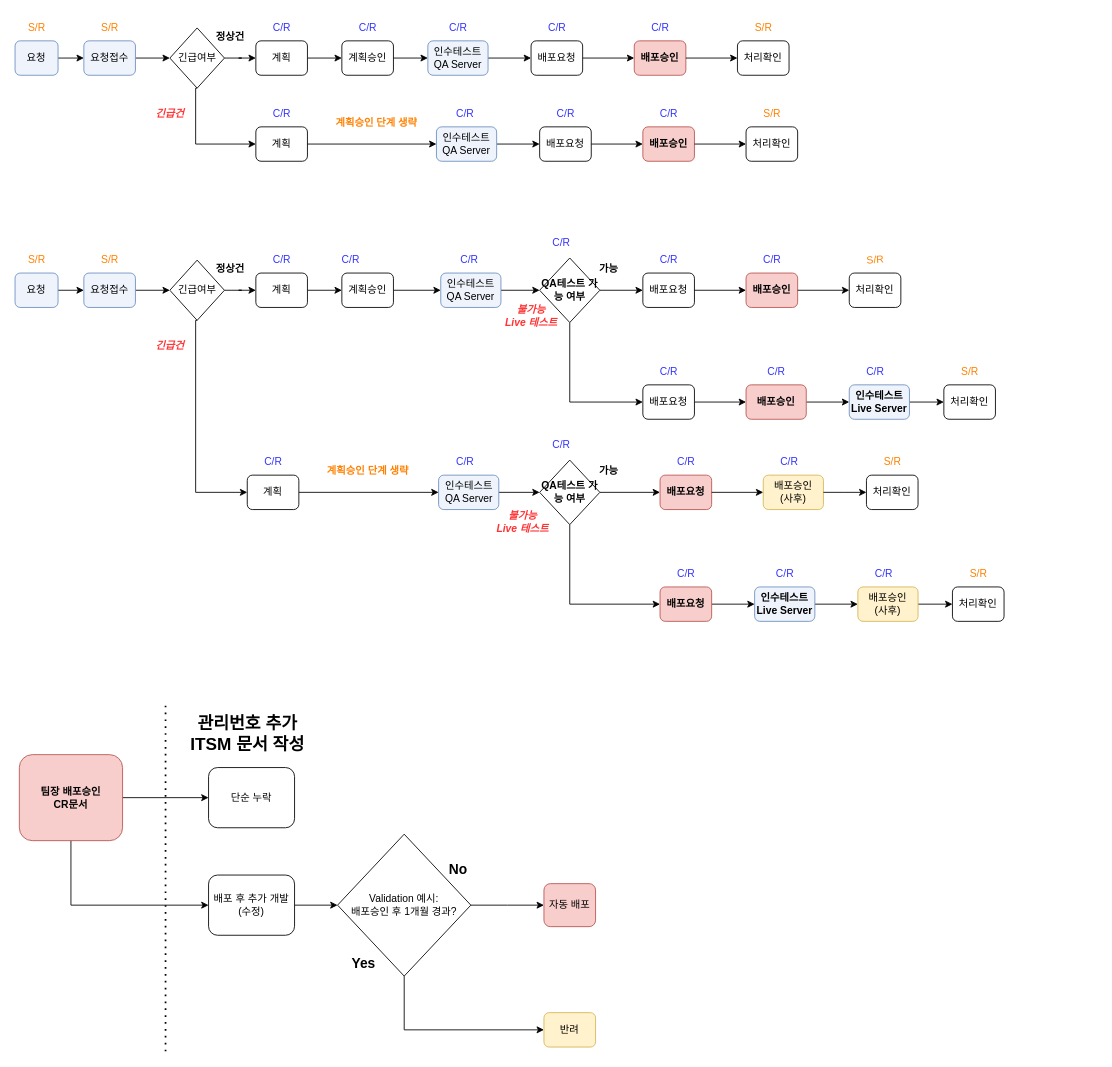
Above: 제목 없는 다이어그램.drawio in attabooi/attabooi (draw.io), before the change. Source tidied: cells renumbered, new cells numbered last; positions are measured from the earlier drawing's top-left corner, leaving out a move shared by most shapes. Both pictures are drawn from the tidied source at 86%, with x=0, y=0 at pixel (15, 15).
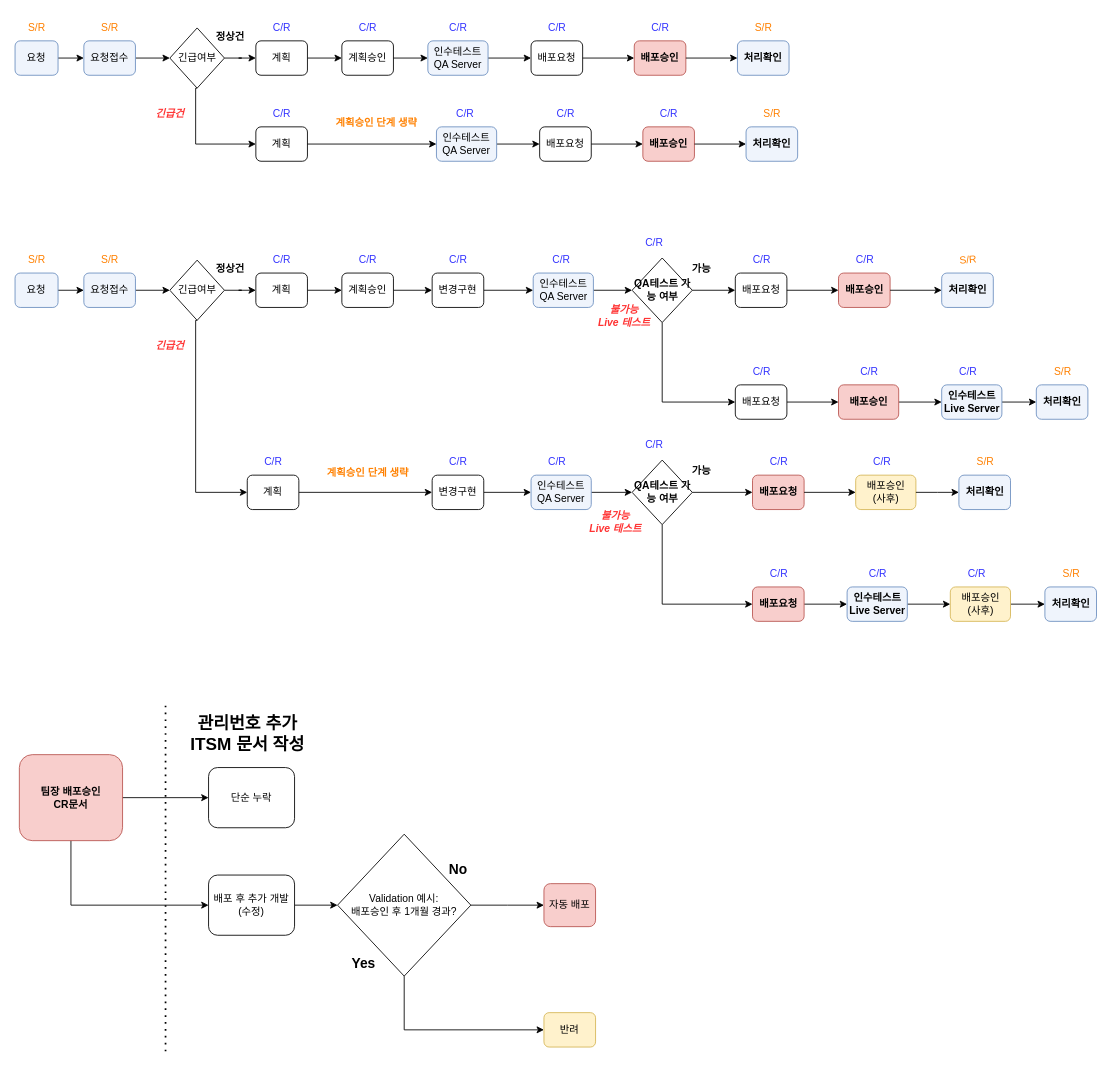
Above is the later version.

Commit message (it also covers changes not shown here):
제목 없는 다이어그램.drawio 업데이트

The change refers to these unchanged cells:
```xml
<mxCell id="11" value="계획승인" style="rounded=1;whiteSpace=wrap;html=1;fontSize=12;glass=0;strokeWidth=1;shadow=0;" parent="1" vertex="1">
  <mxGeometry x="380" y="300" width="60" height="40" as="geometry" />
</mxCell>
<mxCell id="29" value="계획" style="rounded=1;whiteSpace=wrap;html=1;fontSize=12;glass=0;strokeWidth=1;shadow=0;" parent="1" vertex="1">
  <mxGeometry x="270" y="535" width="60" height="40" as="geometry" />
</mxCell>
```

What changed in the source:
```diff
@@
     <mxCell id="2" value="배포승인&lt;br&gt;(사후)" style="rounded=1;whiteSpace=wrap;html=1;fontSize=12;glass=0;strokeWidth=1;shadow=0;fontStyle=0;fillColor=#fff2cc;strokeColor=#d6b656;" parent="1" vertex="1">
-      <mxGeometry x="870" y="535" width="70" height="40" as="geometry" />
+      <mxGeometry x="977.5" y="535" width="70" height="40" as="geometry" />
     </mxCell>
@@
-    <mxCell id="10" style="edgeStyle=orthogonalEdgeStyle;rounded=0;jettySize=auto;html=1;exitX=1;exitY=0.5;exitDx=0;exitDy=0;entryX=0;entryY=0.5;entryDx=0;entryDy=0;" parent="1" edge="1" source="11" target="126">
-      <mxGeometry relative="1" as="geometry" />
-    </mxCell>
+    <mxCell id="137" style="edgeStyle=orthogonalEdgeStyle;rounded=0;jettySize=auto;html=1;exitX=1;exitY=0.5;exitDx=0;exitDy=0;entryX=0;entryY=0.5;entryDx=0;entryDy=0;" parent="1" edge="1" source="11" target="140">
+      <mxGeometry relative="1" as="geometry" />
+    </mxCell>
@@
     <mxCell id="12" value="배포요청" style="rounded=1;whiteSpace=wrap;html=1;fontSize=12;glass=0;strokeWidth=1;shadow=0;" parent="1" vertex="1">
-      <mxGeometry x="730" y="300" width="60" height="40" as="geometry" />
+      <mxGeometry x="837.5" y="300" width="60" height="40" as="geometry" />
     </mxCell>
     <mxCell id="13" style="edgeStyle=orthogonalEdgeStyle;rounded=0;orthogonalLoop=1;jettySize=auto;html=1;exitX=1;exitY=0.5;exitDx=0;exitDy=0;" parent="1" edge="1">
       <mxGeometry relative="1" as="geometry">
-        <mxPoint x="790" y="320" as="sourcePoint" />
-        <mxPoint x="850" y="320" as="targetPoint" />
+        <mxPoint x="897.5" y="320" as="sourcePoint" />
+        <mxPoint x="957.5" y="320" as="targetPoint" />
       </mxGeometry>
     </mxCell>
     <mxCell id="14" value="배포승인" style="rounded=1;whiteSpace=wrap;html=1;fontSize=12;glass=0;strokeWidth=1;shadow=0;fontStyle=1;fillColor=#f8cecc;strokeColor=#b85450;" parent="1" vertex="1">
-      <mxGeometry x="850" y="300" width="60" height="40" as="geometry" />
+      <mxGeometry x="957.5" y="300" width="60" height="40" as="geometry" />
     </mxCell>
     <mxCell id="15" style="edgeStyle=orthogonalEdgeStyle;rounded=0;orthogonalLoop=1;jettySize=auto;html=1;exitX=1;exitY=0.5;exitDx=0;exitDy=0;" parent="1" edge="1">
       <mxGeometry relative="1" as="geometry">
-        <mxPoint x="910" y="320" as="sourcePoint" />
-        <mxPoint x="970" y="320" as="targetPoint" />
+        <mxPoint x="1017.5" y="320" as="sourcePoint" />
+        <mxPoint x="1077.5" y="320" as="targetPoint" />
       </mxGeometry>
     </mxCell>
-    <mxCell id="16" value="처리확인" style="rounded=1;whiteSpace=wrap;html=1;fontSize=12;glass=0;strokeWidth=1;shadow=0;" parent="1" vertex="1">
-      <mxGeometry x="970" y="300" width="60" height="40" as="geometry" />
+    <mxCell id="16" value="처리확인" style="rounded=1;whiteSpace=wrap;html=1;fontSize=12;glass=0;strokeWidth=1;shadow=0;fillColor=#EFF4FC;strokeColor=#6c8ebf;fontStyle=1;" parent="1" vertex="1">
+      <mxGeometry x="1077.5" y="300" width="60" height="40" as="geometry" />
     </mxCell>
@@
     <mxCell id="20" value="C/R" style="text;html=1;align=center;verticalAlign=middle;strokeColor=none;fillColor=none;fontColor=#3333FF;" parent="1" vertex="1">
-      <mxGeometry x="370" y="270" width="40" height="30" as="geometry" />
+      <mxGeometry x="390" y="270" width="40" height="30" as="geometry" />
     </mxCell>
     <mxCell id="21" value="C/R" style="text;html=1;align=center;verticalAlign=middle;strokeColor=none;fillColor=none;fontColor=#3333FF;" parent="1" vertex="1">
-      <mxGeometry x="615" y="250" width="40" height="30" as="geometry" />
+      <mxGeometry x="722.5" y="250" width="40" height="30" as="geometry" />
     </mxCell>
     <mxCell id="22" value="C/R" style="text;html=1;align=center;verticalAlign=middle;strokeColor=none;fillColor=none;fontColor=#3333FF;" parent="1" vertex="1">
-      <mxGeometry x="740" y="270" width="40" height="30" as="geometry" />
+      <mxGeometry x="847.5" y="270" width="40" height="30" as="geometry" />
     </mxCell>
     <mxCell id="23" value="C/R" style="text;html=1;align=center;verticalAlign=middle;strokeColor=none;fillColor=none;fontColor=#3333FF;" parent="1" vertex="1">
-      <mxGeometry x="860" y="270" width="40" height="30" as="geometry" />
+      <mxGeometry x="967.5" y="270" width="40" height="30" as="geometry" />
     </mxCell>
@@
-    <mxCell id="28" style="edgeStyle=orthogonalEdgeStyle;rounded=0;jettySize=auto;html=1;exitX=1;exitY=0.5;exitDx=0;exitDy=0;entryX=0;entryY=0.5;entryDx=0;entryDy=0;" parent="1" edge="1" source="29" target="129">
-      <mxGeometry relative="1" as="geometry" />
-    </mxCell>
+    <mxCell id="138" style="edgeStyle=orthogonalEdgeStyle;rounded=0;jettySize=auto;html=1;exitX=1;exitY=0.5;exitDx=0;exitDy=0;entryX=0;entryY=0.5;entryDx=0;entryDy=0;" parent="1" edge="1" source="29" target="143">
+      <mxGeometry relative="1" as="geometry" />
+    </mxCell>
@@
     <mxCell id="31" value="C/R" style="text;html=1;align=center;verticalAlign=middle;strokeColor=none;fillColor=none;fontColor=#3333FF;" parent="1" vertex="1">
-      <mxGeometry x="615" y="485" width="40" height="30" as="geometry" />
+      <mxGeometry x="722.5" y="485" width="40" height="30" as="geometry" />
     </mxCell>
     <mxCell id="32" style="edgeStyle=orthogonalEdgeStyle;rounded=0;jettySize=auto;html=1;exitX=0.5;exitY=1;exitDx=0;exitDy=0;entryX=0;entryY=0.5;entryDx=0;entryDy=0;" parent="1" edge="1" source="34" target="38">
       <mxGeometry relative="1" as="geometry">
         <Array as="points">
-          <mxPoint x="645" y="450" />
+          <mxPoint x="752.5" y="450" />
         </Array>
       </mxGeometry>
     </mxCell>
@@
     <mxCell id="34" value="&lt;b&gt;QA테스트 가능 여부&lt;/b&gt;" style="rhombus;whiteSpace=wrap;html=1;" parent="1" vertex="1">
-      <mxGeometry x="610" y="282.5" width="70" height="75" as="geometry" />
+      <mxGeometry x="717.5" y="282.5" width="70" height="75" as="geometry" />
     </mxCell>
     <mxCell id="35" value="가능" style="text;html=1;align=center;verticalAlign=middle;strokeColor=none;fillColor=none;fontStyle=1;" parent="1" vertex="1">
-      <mxGeometry x="665" y="280" width="50" height="30" as="geometry" />
+      <mxGeometry x="772.5" y="280" width="50" height="30" as="geometry" />
     </mxCell>
     <mxCell id="36" value="불가능&lt;br&gt;Live 테스트" style="text;html=1;align=center;verticalAlign=middle;strokeColor=none;fillColor=none;fontStyle=3;fontColor=#FF3333;" parent="1" vertex="1">
-      <mxGeometry x="555" y="330" width="90" height="40" as="geometry" />
+      <mxGeometry x="662.5" y="330" width="90" height="40" as="geometry" />
     </mxCell>
@@
     <mxCell id="38" value="배포요청" style="rounded=1;whiteSpace=wrap;html=1;fontSize=12;glass=0;strokeWidth=1;shadow=0;fontStyle=0;" parent="1" vertex="1">
-      <mxGeometry x="730" y="430" width="60" height="40" as="geometry" />
+      <mxGeometry x="837.5" y="430" width="60" height="40" as="geometry" />
     </mxCell>
     <mxCell id="39" value="C/R" style="text;html=1;align=center;verticalAlign=middle;strokeColor=none;fillColor=none;fontColor=#3333FF;" parent="1" vertex="1">
-      <mxGeometry x="740" y="400" width="40" height="30" as="geometry" />
+      <mxGeometry x="847.5" y="400" width="40" height="30" as="geometry" />
     </mxCell>
@@
     <mxCell id="41" value="배포승인" style="rounded=1;whiteSpace=wrap;html=1;fontSize=12;glass=0;strokeWidth=1;shadow=0;fillColor=#f8cecc;strokeColor=#b85450;fontStyle=1;" parent="1" vertex="1">
-      <mxGeometry x="850" y="430" width="70" height="40" as="geometry" />
+      <mxGeometry x="957.5" y="430" width="70" height="40" as="geometry" />
     </mxCell>
     <mxCell id="42" value="C/R" style="text;html=1;align=center;verticalAlign=middle;strokeColor=none;fillColor=none;fontColor=#3333FF;" parent="1" vertex="1">
-      <mxGeometry x="865" y="400" width="40" height="30" as="geometry" />
+      <mxGeometry x="972.5" y="400" width="40" height="30" as="geometry" />
     </mxCell>
@@
     <mxCell id="44" value="인수테스트&lt;br style=&quot;border-color: var(--border-color);&quot;&gt;&lt;span style=&quot;&quot;&gt;Live Server&lt;/span&gt;" style="rounded=1;whiteSpace=wrap;html=1;fontSize=12;glass=0;strokeWidth=1;shadow=0;fontStyle=1;fillColor=#EFF4FC;strokeColor=#6c8ebf;" parent="1" vertex="1">
-      <mxGeometry x="970" y="430" width="70" height="40" as="geometry" />
+      <mxGeometry x="1077.5" y="430" width="70" height="40" as="geometry" />
     </mxCell>
-    <mxCell id="45" value="처리확인" style="rounded=1;whiteSpace=wrap;html=1;fontSize=12;glass=0;strokeWidth=1;shadow=0;" parent="1" vertex="1">
-      <mxGeometry x="1080" y="430" width="60" height="40" as="geometry" />
+    <mxCell id="45" value="처리확인" style="rounded=1;whiteSpace=wrap;html=1;fontSize=12;glass=0;strokeWidth=1;shadow=0;fillColor=#EFF4FC;strokeColor=#6c8ebf;fontStyle=1;" parent="1" vertex="1">
+      <mxGeometry x="1187.5" y="430" width="60" height="40" as="geometry" />
     </mxCell>
     <mxCell id="46" value="C/R" style="text;html=1;align=center;verticalAlign=middle;strokeColor=none;fillColor=none;fontColor=#3333FF;" parent="1" vertex="1">
-      <mxGeometry x="980" y="400" width="40" height="30" as="geometry" />
+      <mxGeometry x="1087.5" y="400" width="40" height="30" as="geometry" />
     </mxCell>
@@
     <mxCell id="62" value="배포요청" style="rounded=1;whiteSpace=wrap;html=1;fontSize=12;glass=0;strokeWidth=1;shadow=0;fontStyle=1;fillColor=#f8cecc;strokeColor=#b85450;" parent="1" vertex="1">
-      <mxGeometry x="750" y="535" width="60" height="40" as="geometry" />
+      <mxGeometry x="857.5" y="535" width="60" height="40" as="geometry" />
     </mxCell>
     <mxCell id="63" style="edgeStyle=orthogonalEdgeStyle;rounded=0;orthogonalLoop=1;jettySize=auto;html=1;exitX=1;exitY=0.5;exitDx=0;exitDy=0;" parent="1" edge="1">
       <mxGeometry relative="1" as="geometry">
-        <mxPoint x="810" y="555" as="sourcePoint" />
-        <mxPoint x="870" y="555" as="targetPoint" />
+        <mxPoint x="917.5" y="555" as="sourcePoint" />
+        <mxPoint x="977.5" y="555" as="targetPoint" />
       </mxGeometry>
     </mxCell>
     <mxCell id="64" style="edgeStyle=orthogonalEdgeStyle;rounded=0;jettySize=auto;html=1;exitX=1;exitY=0.5;exitDx=0;exitDy=0;" parent="1" edge="1" source="2">
       <mxGeometry relative="1" as="geometry">
-        <mxPoint x="990" y="555" as="targetPoint" />
+        <mxPoint x="1097.5" y="555" as="targetPoint" />
       </mxGeometry>
     </mxCell>
-    <mxCell id="65" value="처리확인" style="rounded=1;whiteSpace=wrap;html=1;fontSize=12;glass=0;strokeWidth=1;shadow=0;" parent="1" vertex="1">
-      <mxGeometry x="990" y="535" width="60" height="40" as="geometry" />
+    <mxCell id="65" value="처리확인" style="rounded=1;whiteSpace=wrap;html=1;fontSize=12;glass=0;strokeWidth=1;shadow=0;fillColor=#EFF4FC;strokeColor=#6c8ebf;fontStyle=1;" parent="1" vertex="1">
+      <mxGeometry x="1097.5" y="535" width="60" height="40" as="geometry" />
     </mxCell>
     <mxCell id="66" value="C/R" style="text;html=1;align=center;verticalAlign=middle;strokeColor=none;fillColor=none;fontColor=#3333FF;" parent="1" vertex="1">
-      <mxGeometry x="760" y="505" width="40" height="30" as="geometry" />
+      <mxGeometry x="867.5" y="505" width="40" height="30" as="geometry" />
     </mxCell>
     <mxCell id="67" value="C/R" style="text;html=1;align=center;verticalAlign=middle;strokeColor=none;fillColor=none;fontColor=#3333FF;" parent="1" vertex="1">
-      <mxGeometry x="880" y="505" width="40" height="30" as="geometry" />
+      <mxGeometry x="987.5" y="505" width="40" height="30" as="geometry" />
     </mxCell>
     <mxCell id="68" style="edgeStyle=orthogonalEdgeStyle;rounded=0;jettySize=auto;html=1;exitX=0.5;exitY=1;exitDx=0;exitDy=0;entryX=0;entryY=0.5;entryDx=0;entryDy=0;" parent="1" edge="1" source="70" target="74">
       <mxGeometry relative="1" as="geometry">
         <Array as="points">
-          <mxPoint x="645" y="685" />
+          <mxPoint x="752.5" y="685" />
         </Array>
       </mxGeometry>
     </mxCell>
@@
     <mxCell id="70" value="&lt;b style=&quot;border-color: var(--border-color);&quot;&gt;QA테스트 가능 여부&lt;/b&gt;" style="rhombus;whiteSpace=wrap;html=1;" parent="1" vertex="1">
-      <mxGeometry x="610" y="517.5" width="70" height="75" as="geometry" />
+      <mxGeometry x="717.5" y="517.5" width="70" height="75" as="geometry" />
     </mxCell>
     <mxCell id="71" value="가능" style="text;html=1;align=center;verticalAlign=middle;strokeColor=none;fillColor=none;fontStyle=1;" parent="1" vertex="1">
-      <mxGeometry x="665" y="515" width="50" height="30" as="geometry" />
+      <mxGeometry x="772.5" y="515" width="50" height="30" as="geometry" />
     </mxCell>
     <mxCell id="72" value="불가능&lt;br style=&quot;border-color: var(--border-color);&quot;&gt;Live 테스트" style="text;html=1;align=center;verticalAlign=middle;strokeColor=none;fillColor=none;fontStyle=3;fontColor=#FF3333;" parent="1" vertex="1">
-      <mxGeometry x="545" y="570" width="90" height="40" as="geometry" />
+      <mxGeometry x="652.5" y="570" width="90" height="40" as="geometry" />
     </mxCell>
@@
     <mxCell id="74" value="배포요청" style="rounded=1;whiteSpace=wrap;html=1;fontSize=12;glass=0;strokeWidth=1;shadow=0;fillColor=#f8cecc;strokeColor=#b85450;fontStyle=1;" parent="1" vertex="1">
-      <mxGeometry x="750" y="665" width="60" height="40" as="geometry" />
+      <mxGeometry x="857.5" y="665" width="60" height="40" as="geometry" />
     </mxCell>
     <mxCell id="75" value="C/R" style="text;html=1;align=center;verticalAlign=middle;strokeColor=none;fillColor=none;fontColor=#3333FF;" parent="1" vertex="1">
-      <mxGeometry x="760" y="635" width="40" height="30" as="geometry" />
+      <mxGeometry x="867.5" y="635" width="40" height="30" as="geometry" />
     </mxCell>
@@
     <mxCell id="77" value="인수테스트&lt;br style=&quot;border-color: var(--border-color);&quot;&gt;&lt;span style=&quot;border-color: var(--border-color);&quot;&gt;Live Server&lt;/span&gt;" style="rounded=1;whiteSpace=wrap;html=1;fontSize=12;glass=0;strokeWidth=1;shadow=0;fillColor=#EFF4FC;strokeColor=#6c8ebf;fontStyle=1;" parent="1" vertex="1">
-      <mxGeometry x="860" y="665" width="70" height="40" as="geometry" />
+      <mxGeometry x="967.5" y="665" width="70" height="40" as="geometry" />
     </mxCell>
     <mxCell id="78" value="C/R" style="text;html=1;align=center;verticalAlign=middle;strokeColor=none;fillColor=none;fontColor=#3333FF;" parent="1" vertex="1">
-      <mxGeometry x="875" y="635" width="40" height="30" as="geometry" />
+      <mxGeometry x="982.5" y="635" width="40" height="30" as="geometry" />
     </mxCell>
@@
     <mxCell id="80" value="배포승인&lt;br&gt;(사후)" style="rounded=1;whiteSpace=wrap;html=1;fontSize=12;glass=0;strokeWidth=1;shadow=0;fontStyle=0;fillColor=#fff2cc;strokeColor=#d6b656;" parent="1" vertex="1">
-      <mxGeometry x="980" y="665" width="70" height="40" as="geometry" />
+      <mxGeometry x="1087.5" y="665" width="70" height="40" as="geometry" />
     </mxCell>
-    <mxCell id="81" value="처리확인" style="rounded=1;whiteSpace=wrap;html=1;fontSize=12;glass=0;strokeWidth=1;shadow=0;" parent="1" vertex="1">
-      <mxGeometry x="1090" y="665" width="60" height="40" as="geometry" />
+    <mxCell id="81" value="처리확인" style="rounded=1;whiteSpace=wrap;html=1;fontSize=12;glass=0;strokeWidth=1;shadow=0;fillColor=#EFF4FC;strokeColor=#6c8ebf;fontStyle=1;" parent="1" vertex="1">
+      <mxGeometry x="1197.5" y="665" width="60" height="40" as="geometry" />
     </mxCell>
     <mxCell id="82" value="C/R" style="text;html=1;align=center;verticalAlign=middle;strokeColor=none;fillColor=none;fontColor=#3333FF;" parent="1" vertex="1">
-      <mxGeometry x="990" y="635" width="40" height="30" as="geometry" />
+      <mxGeometry x="1097.5" y="635" width="40" height="30" as="geometry" />
     </mxCell>
     <mxCell id="83" value="계획승인 단계 생략" style="text;html=1;align=center;verticalAlign=middle;strokeColor=none;fillColor=none;fontStyle=1;fontColor=#FF8000;" parent="1" vertex="1">
-      <mxGeometry x="345" y="515" width="130" height="30" as="geometry" />
+      <mxGeometry x="345" y="517.5" width="130" height="30" as="geometry" />
     </mxCell>
@@
-    <mxCell id="99" value="처리확인" style="rounded=1;whiteSpace=wrap;html=1;fontSize=12;glass=0;strokeWidth=1;shadow=0;" parent="1" vertex="1">
+    <mxCell id="99" value="처리확인" style="rounded=1;whiteSpace=wrap;html=1;fontSize=12;glass=0;strokeWidth=1;shadow=0;fillColor=#EFF4FC;strokeColor=#6c8ebf;fontStyle=1;" parent="1" vertex="1">
       <mxGeometry x="840" y="30" width="60" height="40" as="geometry" />
     </mxCell>
@@
-    <mxCell id="121" value="처리확인" style="rounded=1;whiteSpace=wrap;html=1;fontSize=12;glass=0;strokeWidth=1;shadow=0;" parent="1" vertex="1">
+    <mxCell id="121" value="처리확인" style="rounded=1;whiteSpace=wrap;html=1;fontSize=12;glass=0;strokeWidth=1;shadow=0;fillColor=#EFF4FC;strokeColor=#6c8ebf;fontStyle=1;" parent="1" vertex="1">
       <mxGeometry x="850" y="130" width="60" height="40" as="geometry" />
     </mxCell>
@@
     <mxCell id="126" value="인수테스트&lt;br&gt;QA Server" style="rounded=1;whiteSpace=wrap;html=1;fontSize=12;glass=0;strokeWidth=1;shadow=0;fillColor=#EFF4FC;strokeColor=#6c8ebf;" parent="1" vertex="1">
-      <mxGeometry x="495" y="300" width="70" height="40" as="geometry" />
+      <mxGeometry x="602.5" y="300" width="70" height="40" as="geometry" />
     </mxCell>
     <mxCell id="127" value="C/R" style="text;html=1;align=center;verticalAlign=middle;strokeColor=none;fillColor=none;fontColor=#3333FF;" parent="1" vertex="1">
-      <mxGeometry x="507.5" y="270" width="40" height="30" as="geometry" />
+      <mxGeometry x="615" y="270" width="40" height="30" as="geometry" />
     </mxCell>
@@
     <mxCell id="129" value="인수테스트&lt;br&gt;QA Server" style="rounded=1;whiteSpace=wrap;html=1;fontSize=12;glass=0;strokeWidth=1;shadow=0;fillColor=#EFF4FC;strokeColor=#6c8ebf;" parent="1" vertex="1">
-      <mxGeometry x="492.5" y="535" width="70" height="40" as="geometry" />
+      <mxGeometry x="600" y="535" width="70" height="40" as="geometry" />
     </mxCell>
     <mxCell id="130" value="C/R" style="text;html=1;align=center;verticalAlign=middle;strokeColor=none;fillColor=none;fontColor=#3333FF;" parent="1" vertex="1">
-      <mxGeometry x="502.5" y="505" width="40" height="30" as="geometry" />
+      <mxGeometry x="610" y="505" width="40" height="30" as="geometry" />
     </mxCell>
@@
     <mxCell id="133" value="S/R" style="text;html=1;align=center;verticalAlign=middle;strokeColor=none;fillColor=none;fontColor=#FF8000;rotation=-5;" parent="1" vertex="1">
-      <mxGeometry x="980" y="270" width="40" height="30" as="geometry" />
+      <mxGeometry x="1087.5" y="270" width="40" height="30" as="geometry" />
     </mxCell>
     <mxCell id="134" value="S/R" style="text;html=1;align=center;verticalAlign=middle;strokeColor=none;fillColor=none;fontColor=#FF8000;" parent="1" vertex="1">
-      <mxGeometry x="1090" y="400" width="40" height="30" as="geometry" />
+      <mxGeometry x="1197.5" y="400" width="40" height="30" as="geometry" />
     </mxCell>
     <mxCell id="135" value="S/R" style="text;html=1;align=center;verticalAlign=middle;strokeColor=none;fillColor=none;fontColor=#FF8000;" parent="1" vertex="1">
-      <mxGeometry x="1000" y="505" width="40" height="30" as="geometry" />
+      <mxGeometry x="1107.5" y="505" width="40" height="30" as="geometry" />
     </mxCell>
     <mxCell id="136" value="S/R" style="text;html=1;align=center;verticalAlign=middle;strokeColor=none;fillColor=none;fontColor=#FF8000;" parent="1" vertex="1">
-      <mxGeometry x="1100" y="635" width="40" height="30" as="geometry" />
+      <mxGeometry x="1207.5" y="635" width="40" height="30" as="geometry" />
     </mxCell>
+    <mxCell id="139" style="edgeStyle=orthogonalEdgeStyle;rounded=0;jettySize=auto;html=1;exitX=1;exitY=0.5;exitDx=0;exitDy=0;entryX=0;entryY=0.5;entryDx=0;entryDy=0;" parent="1" edge="1" source="140" target="126">
+      <mxGeometry relative="1" as="geometry" />
+    </mxCell>
+    <mxCell id="140" value="변경구현" style="rounded=1;whiteSpace=wrap;html=1;fontSize=12;glass=0;strokeWidth=1;shadow=0;" parent="1" vertex="1">
+      <mxGeometry x="485" y="300" width="60" height="40" as="geometry" />
+    </mxCell>
+    <mxCell id="141" value="C/R" style="text;html=1;align=center;verticalAlign=middle;strokeColor=none;fillColor=none;fontColor=#3333FF;" parent="1" vertex="1">
+      <mxGeometry x="495" y="270" width="40" height="30" as="geometry" />
+    </mxCell>
+    <mxCell id="142" style="edgeStyle=orthogonalEdgeStyle;rounded=0;jettySize=auto;html=1;exitX=1;exitY=0.5;exitDx=0;exitDy=0;entryX=0;entryY=0.5;entryDx=0;entryDy=0;" parent="1" edge="1" source="143" target="129">
+      <mxGeometry relative="1" as="geometry" />
+    </mxCell>
+    <mxCell id="143" value="변경구현" style="rounded=1;whiteSpace=wrap;html=1;fontSize=12;glass=0;strokeWidth=1;shadow=0;" parent="1" vertex="1">
+      <mxGeometry x="485" y="535" width="60" height="40" as="geometry" />
+    </mxCell>
+    <mxCell id="144" value="C/R" style="text;html=1;align=center;verticalAlign=middle;strokeColor=none;fillColor=none;fontColor=#3333FF;" parent="1" vertex="1">
+      <mxGeometry x="495" y="505" width="40" height="30" as="geometry" />
+    </mxCell>
```
